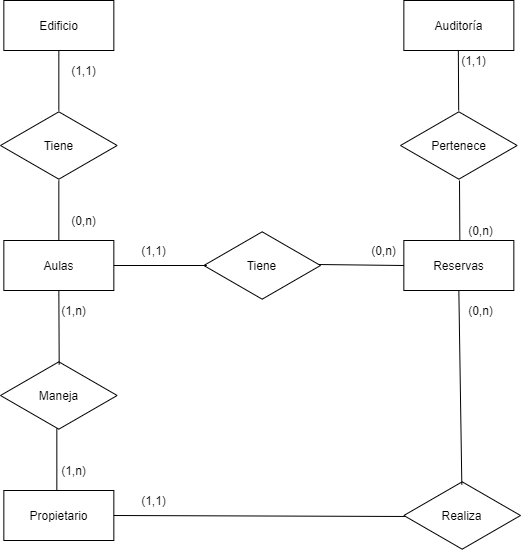
Above: Documentacion/img/DiagramaER.png in jgo0038/TFG-Reserva-aulas-informatica (draw.io), before the change. Source tidied: cells renumbered, new cells last; positions are measured from the earlier drawing's top-left corner, leaving out a move shared by most shapes. Source of this version:
```xml
<mxGraphModel>
  <root>
    <mxCell id="0" style="html=1;" />
    <mxCell id="1" style="html=1;" parent="0" />
    <mxCell id="2" value="Edificio" style="html=1;" parent="1" vertex="1">
      <mxGeometry x="3.3" width="110" height="50" as="geometry" />
    </mxCell>
    <mxCell id="3" value="Aulas" style="html=1;" parent="1" vertex="1">
      <mxGeometry x="3.3" y="240" width="110" height="50" as="geometry" />
    </mxCell>
    <mxCell id="4" style="endArrow=none;html=1;entryX=0.5;entryY=1;entryDx=0;entryDy=0;exitX=0.5;exitY=0;exitDx=0;exitDy=0;" parent="1" edge="1" source="6" target="2">
      <mxGeometry relative="1" as="geometry" />
    </mxCell>
    <mxCell id="5" value="Reservas" style="html=1;" parent="1" vertex="1">
      <mxGeometry x="403.3" y="240" width="110" height="50" as="geometry" />
    </mxCell>
    <mxCell id="6" value="Tiene" style="html=1;whiteSpace=wrap;shape=isoRectangle;" parent="1" vertex="1">
      <mxGeometry y="110" width="116.7" height="70" as="geometry" />
    </mxCell>
    <mxCell id="7" style="endArrow=none;html=1;entryX=0.5;entryY=1;entryDx=0;entryDy=0;exitX=0.5;exitY=0;exitDx=0;exitDy=0;" parent="1" edge="1" source="3" target="6">
      <mxGeometry relative="1" as="geometry" />
    </mxCell>
    <mxCell id="8" value="(0,n)" style="text;html=1;align=center;verticalAlign=middle;" parent="1" vertex="1">
      <mxGeometry x="63.3" y="210" width="40" height="20" as="geometry" />
    </mxCell>
    <mxCell id="9" value="(1,1)" style="text;html=1;align=center;verticalAlign=middle;" parent="1" vertex="1">
      <mxGeometry x="63.3" y="60" width="40" height="20" as="geometry" />
    </mxCell>
    <mxCell id="10" value="Tiene" style="html=1;whiteSpace=wrap;shape=isoRectangle;" parent="1" vertex="1">
      <mxGeometry x="203.3" y="230" width="116.7" height="70" as="geometry" />
    </mxCell>
    <mxCell id="11" style="endArrow=none;html=1;entryX=0.026;entryY=0.5;entryDx=0;entryDy=0;exitX=1;exitY=0.5;exitDx=0;exitDy=0;entryPerimeter=0;" parent="1" edge="1" source="3" target="10">
      <mxGeometry relative="1" as="geometry" />
    </mxCell>
    <mxCell id="12" style="endArrow=none;html=1;entryX=0;entryY=0.5;entryDx=0;entryDy=0;exitX=0.986;exitY=0.486;exitDx=0;exitDy=0;exitPerimeter=0;" parent="1" edge="1" source="10" target="5">
      <mxGeometry relative="1" as="geometry" />
    </mxCell>
    <mxCell id="13" value="(0,n)" style="text;html=1;align=center;verticalAlign=middle;" parent="1" vertex="1">
      <mxGeometry x="363.3" y="240" width="40" height="20" as="geometry" />
    </mxCell>
    <mxCell id="14" value="(1,1)" style="text;html=1;align=center;verticalAlign=middle;" parent="1" vertex="1">
      <mxGeometry x="133.3" y="240" width="40" height="20" as="geometry" />
    </mxCell>
    <mxCell id="15" value="Propietario" style="html=1;" parent="1" vertex="1">
      <mxGeometry x="3.3" y="490" width="110" height="50" as="geometry" />
    </mxCell>
    <mxCell id="16" value="Maneja" style="html=1;whiteSpace=wrap;shape=isoRectangle;" parent="1" vertex="1">
      <mxGeometry y="360" width="116.7" height="70" as="geometry" />
    </mxCell>
    <mxCell id="17" style="endArrow=none;html=1;entryX=0.5;entryY=1;entryDx=0;entryDy=0;exitX=0.503;exitY=0.057;exitDx=0;exitDy=0;exitPerimeter=0;" parent="1" edge="1" source="16" target="3">
      <mxGeometry relative="1" as="geometry" />
    </mxCell>
    <mxCell id="18" style="endArrow=none;html=1;" parent="1" edge="1">
      <mxGeometry relative="1" as="geometry">
        <mxPoint x="56.3" y="490" as="sourcePoint" />
        <mxPoint x="56.3" y="428" as="targetPoint" />
      </mxGeometry>
    </mxCell>
    <mxCell id="19" value="(1,n)" style="text;html=1;align=center;verticalAlign=middle;" parent="1" vertex="1">
      <mxGeometry x="53.3" y="460" width="40" height="20" as="geometry" />
    </mxCell>
    <mxCell id="20" value="(1,n)" style="text;html=1;align=center;verticalAlign=middle;" parent="1" vertex="1">
      <mxGeometry x="53.3" y="300" width="40" height="20" as="geometry" />
    </mxCell>
    <mxCell id="21" value="Realiza" style="html=1;whiteSpace=wrap;shape=isoRectangle;" parent="1" vertex="1">
      <mxGeometry x="403.3" y="480" width="116.7" height="70" as="geometry" />
    </mxCell>
    <mxCell id="22" value="(0,n)" style="text;html=1;align=center;verticalAlign=middle;" parent="1" vertex="1">
      <mxGeometry x="460" y="300" width="40" height="20" as="geometry" />
    </mxCell>
    <mxCell id="23" style="endArrow=none;html=1;entryX=0.009;entryY=0.514;entryDx=0;entryDy=0;entryPerimeter=0;exitX=1;exitY=0.5;exitDx=0;exitDy=0;" parent="1" edge="1" source="15" target="21">
      <mxGeometry relative="1" as="geometry" />
    </mxCell>
    <mxCell id="24" style="endArrow=none;html=1;entryX=0.5;entryY=1;entryDx=0;entryDy=0;exitX=0.497;exitY=0.057;exitDx=0;exitDy=0;exitPerimeter=0;" parent="1" edge="1" source="21" target="5">
      <mxGeometry relative="1" as="geometry" />
    </mxCell>
    <mxCell id="25" value="(1,1)" style="text;html=1;align=center;verticalAlign=middle;" parent="1" vertex="1">
      <mxGeometry x="133.3" y="490" width="40" height="20" as="geometry" />
    </mxCell>
    <mxCell id="26" style="endArrow=none;html=1;exitX=0.5;exitY=0;exitDx=0;exitDy=0;" parent="1" edge="1">
      <mxGeometry relative="1" as="geometry">
        <mxPoint x="459.3" y="240" as="sourcePoint" />
        <mxPoint x="459" y="180" as="targetPoint" />
      </mxGeometry>
    </mxCell>
    <mxCell id="27" value="Pertenece" style="html=1;whiteSpace=wrap;shape=isoRectangle;" parent="1" vertex="1">
      <mxGeometry x="400" y="110" width="116.7" height="70" as="geometry" />
    </mxCell>
    <mxCell id="28" style="endArrow=none;html=1;exitX=0.5;exitY=0;exitDx=0;exitDy=0;" parent="1" edge="1">
      <mxGeometry relative="1" as="geometry">
        <mxPoint x="458.2" y="110" as="sourcePoint" />
        <mxPoint x="457.8" y="50" as="targetPoint" />
      </mxGeometry>
    </mxCell>
    <mxCell id="29" value="Auditoría" style="html=1;" parent="1" vertex="1">
      <mxGeometry x="403.3" width="110" height="50" as="geometry" />
    </mxCell>
    <mxCell id="30" value="(0,n)" style="text;html=1;align=center;verticalAlign=middle;" parent="1" vertex="1">
      <mxGeometry x="460" y="220" width="40" height="20" as="geometry" />
    </mxCell>
    <mxCell id="31" value="(1,1)" style="text;html=1;align=center;verticalAlign=middle;" parent="1" vertex="1">
      <mxGeometry x="453" y="50" width="40" height="20" as="geometry" />
    </mxCell>
  </root>
</mxGraphModel>
```
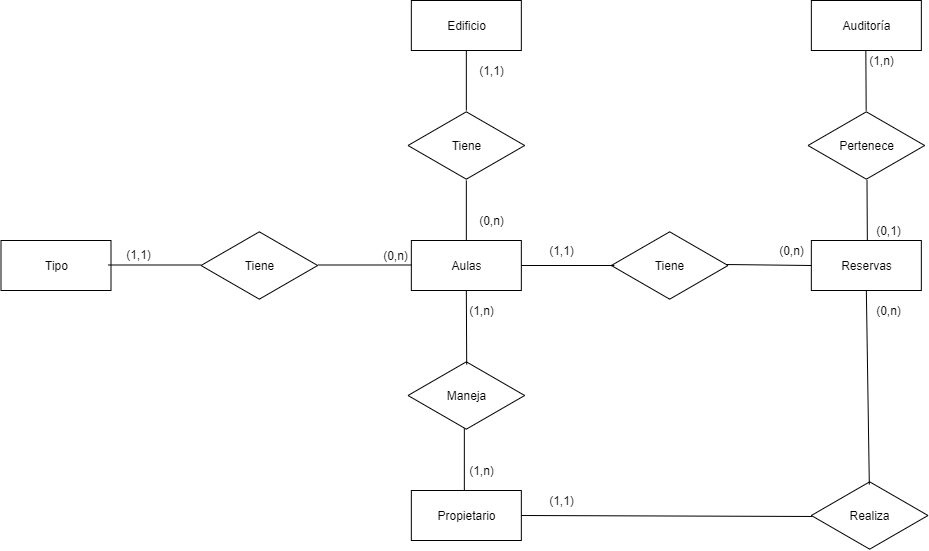
The same diagram one commit later.

What changed in the source:
```diff
@@ -95,11 +95,35 @@
     <mxCell id="29" value="Auditoría" style="html=1;" parent="1" vertex="1">
       <mxGeometry x="403.3" width="110" height="50" as="geometry" />
     </mxCell>
-    <mxCell id="30" value="(0,n)" style="text;html=1;align=center;verticalAlign=middle;" parent="1" vertex="1">
+    <mxCell id="30" value="(0,1)" style="text;html=1;align=center;verticalAlign=middle;" parent="1" vertex="1">
       <mxGeometry x="460" y="220" width="40" height="20" as="geometry" />
     </mxCell>
-    <mxCell id="31" value="(1,1)" style="text;html=1;align=center;verticalAlign=middle;" parent="1" vertex="1">
+    <mxCell id="31" value="(1,n)" style="text;html=1;align=center;verticalAlign=middle;" parent="1" vertex="1">
       <mxGeometry x="453" y="50" width="40" height="20" as="geometry" />
     </mxCell>
+    <mxCell id="32" style="endArrow=none;html=1;entryX=0.026;entryY=0.5;entryDx=0;entryDy=0;exitX=1;exitY=0.5;exitDx=0;exitDy=0;entryPerimeter=0;" parent="1" edge="1">
+      <mxGeometry relative="1" as="geometry">
+        <mxPoint x="-89.7" y="264.5" as="sourcePoint" />
+        <mxPoint x="3.3" y="264.5" as="targetPoint" />
+      </mxGeometry>
+    </mxCell>
+    <mxCell id="33" value="Tiene" style="html=1;whiteSpace=wrap;shape=isoRectangle;" parent="1" vertex="1">
+      <mxGeometry x="-207" y="230" width="116.7" height="70" as="geometry" />
+    </mxCell>
+    <mxCell id="34" value="Tipo" style="html=1;" parent="1" vertex="1">
+      <mxGeometry x="-407" y="240" width="110" height="50" as="geometry" />
+    </mxCell>
+    <mxCell id="35" style="endArrow=none;html=1;entryX=0.026;entryY=0.5;entryDx=0;entryDy=0;exitX=1;exitY=0.5;exitDx=0;exitDy=0;entryPerimeter=0;" parent="1" edge="1">
+      <mxGeometry relative="1" as="geometry">
+        <mxPoint x="-300" y="264.5" as="sourcePoint" />
+        <mxPoint x="-207" y="264.5" as="targetPoint" />
+      </mxGeometry>
+    </mxCell>
+    <mxCell id="36" value="(0,n)" style="text;html=1;align=center;verticalAlign=middle;" parent="1" vertex="1">
+      <mxGeometry x="-32.5" y="245" width="40" height="20" as="geometry" />
+    </mxCell>
+    <mxCell id="37" value="(1,1)" style="text;html=1;align=center;verticalAlign=middle;" parent="1" vertex="1">
+      <mxGeometry x="-289.5" y="244" width="40" height="20" as="geometry" />
+    </mxCell>
   </root>
 </mxGraphModel>
```
